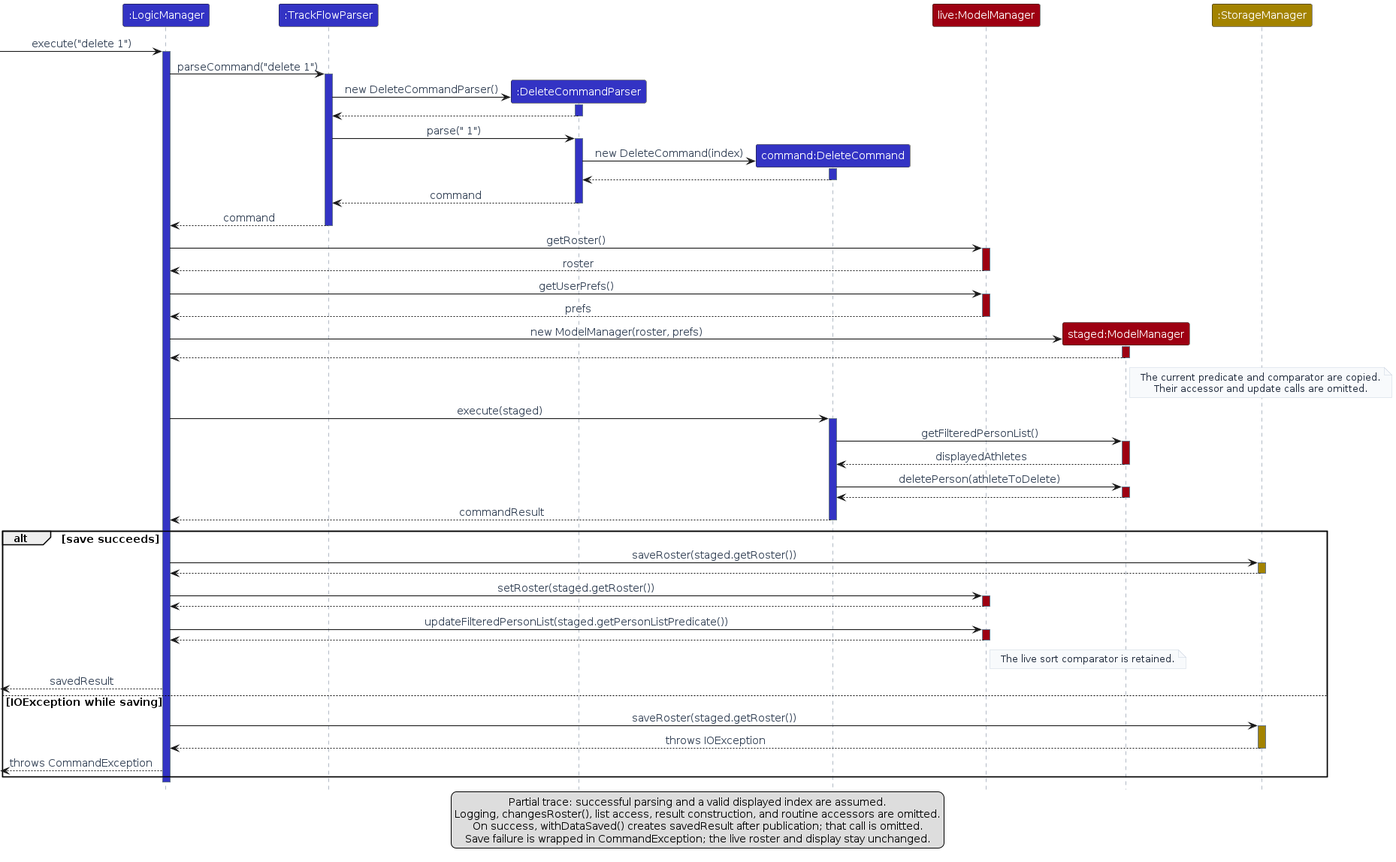
The PlantUML diagram diagrams/DeleteSequenceDiagram.png in AY2627S1-CS2103T-T17-2/tp, before a commit. Its source is kept beside it as diagrams/DeleteSequenceDiagram.puml. Its diagram source:
```plantuml
@startuml
!include style.puml
skinparam ArrowFontStyle plain
participant ":LogicManager" as logic LOGIC_COLOR
participant ":TrackFlowParser" as parser LOGIC_COLOR
participant ":DeleteCommandParser" as deleteParser LOGIC_COLOR
participant "command:DeleteCommand" as command LOGIC_COLOR
participant "live:ModelManager" as live MODEL_COLOR
participant "staged:ModelManager" as staged MODEL_COLOR
participant ":StorageManager" as storage STORAGE_COLOR
[-> logic : execute("delete 1")
activate logic LOGIC_COLOR
logic -> parser : parseCommand("delete 1")
activate parser LOGIC_COLOR
create deleteParser
parser -> deleteParser : new DeleteCommandParser()
activate deleteParser LOGIC_COLOR
deleteParser --> parser
deactivate deleteParser
parser -> deleteParser : parse(" 1")
activate deleteParser LOGIC_COLOR
create command
deleteParser -> command : new DeleteCommand(index)
activate command LOGIC_COLOR
command --> deleteParser
deactivate command
deleteParser --> parser : command
deactivate deleteParser
parser --> logic : command
deactivate parser
logic -> live : getRoster()
activate live MODEL_COLOR
live --> logic : roster
deactivate live
logic -> live : getUserPrefs()
activate live MODEL_COLOR
live --> logic : prefs
deactivate live
create staged
logic -> staged : new ModelManager(roster, prefs)
activate staged MODEL_COLOR
staged --> logic
deactivate staged
note right of staged
  The current predicate and comparator are copied.
  Their accessor and update calls are omitted.
end note
logic -> command : execute(staged)
activate command LOGIC_COLOR
command -> staged : getFilteredPersonList()
activate staged MODEL_COLOR
staged --> command : displayedAthletes
deactivate staged
command -> staged : deletePerson(athleteToDelete)
activate staged MODEL_COLOR
staged --> command
deactivate staged
command --> logic : commandResult
deactivate command
alt save succeeds
    logic -> storage : saveRoster(staged.getRoster())
    activate storage STORAGE_COLOR
    storage --> logic
    deactivate storage
    logic -> live : setRoster(staged.getRoster())
    activate live MODEL_COLOR
    live --> logic
    deactivate live
    logic -> live : updateFilteredPersonList(staged.getPersonListPredicate())
    activate live MODEL_COLOR
    live --> logic
    deactivate live
    note right of live: The live sort comparator is retained.
    [<-- logic : savedResult
else IOException while saving
    logic -> storage : saveRoster(staged.getRoster())
    activate storage STORAGE_COLOR
    storage --> logic : throws IOException
    deactivate storage
    [<-- logic : throws CommandException
end
deactivate logic
legend bottom
  Partial trace: successful parsing and a valid displayed index are assumed.
  Logging, changesRoster(), list access, result construction, and routine accessors are omitted.
  On success, withDataSaved() creates savedResult after publication; that call is omitted.
  Save failure is wrapped in CommandException; the live roster and display stay unchanged.
endlegend
@enduml
```
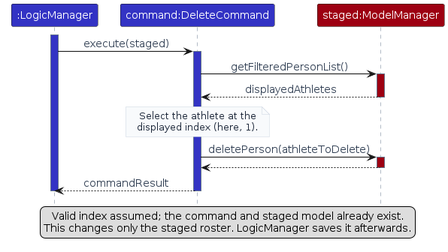
Above is the later version.

The edit, as a diff of the source:
```diff
@@ -1,89 +1,35 @@
 @startuml
 !include style.puml
 skinparam ArrowFontStyle plain
+skinparam maxMessageSize 180
+
 participant ":LogicManager" as logic LOGIC_COLOR
-participant ":TrackFlowParser" as parser LOGIC_COLOR
-participant ":DeleteCommandParser" as deleteParser LOGIC_COLOR
 participant "command:DeleteCommand" as command LOGIC_COLOR
-participant "live:ModelManager" as live MODEL_COLOR
 participant "staged:ModelManager" as staged MODEL_COLOR
-participant ":StorageManager" as storage STORAGE_COLOR
-[-> logic : execute("delete 1")
+
 activate logic LOGIC_COLOR
-logic -> parser : parseCommand("delete 1")
-activate parser LOGIC_COLOR
-create deleteParser
-parser -> deleteParser : new DeleteCommandParser()
-activate deleteParser LOGIC_COLOR
-deleteParser --> parser
-deactivate deleteParser
-parser -> deleteParser : parse(" 1")
-activate deleteParser LOGIC_COLOR
-create command
-deleteParser -> command : new DeleteCommand(index)
-activate command LOGIC_COLOR
-command --> deleteParser
-deactivate command
-deleteParser --> parser : command
-deactivate deleteParser
-parser --> logic : command
-deactivate parser
-logic -> live : getRoster()
-activate live MODEL_COLOR
-live --> logic : roster
-deactivate live
-logic -> live : getUserPrefs()
-activate live MODEL_COLOR
-live --> logic : prefs
-deactivate live
-create staged
-logic -> staged : new ModelManager(roster, prefs)
-activate staged MODEL_COLOR
-staged --> logic
-deactivate staged
-note right of staged
-  The current predicate and comparator are copied.
-  Their accessor and update calls are omitted.
-end note
 logic -> command : execute(staged)
 activate command LOGIC_COLOR
 command -> staged : getFilteredPersonList()
 activate staged MODEL_COLOR
 staged --> command : displayedAthletes
 deactivate staged
+
+note over command
+  Select the athlete at the
+  displayed index (here, 1).
+end note
+
 command -> staged : deletePerson(athleteToDelete)
 activate staged MODEL_COLOR
 staged --> command
 deactivate staged
 command --> logic : commandResult
 deactivate command
-alt save succeeds
-    logic -> storage : saveRoster(staged.getRoster())
-    activate storage STORAGE_COLOR
-    storage --> logic
-    deactivate storage
-    logic -> live : setRoster(staged.getRoster())
-    activate live MODEL_COLOR
-    live --> logic
-    deactivate live
-    logic -> live : updateFilteredPersonList(staged.getPersonListPredicate())
-    activate live MODEL_COLOR
-    live --> logic
-    deactivate live
-    note right of live: The live sort comparator is retained.
-    [<-- logic : savedResult
-else IOException while saving
-    logic -> storage : saveRoster(staged.getRoster())
-    activate storage STORAGE_COLOR
-    storage --> logic : throws IOException
-    deactivate storage
-    [<-- logic : throws CommandException
-end
 deactivate logic
+
 legend bottom
-  Partial trace: successful parsing and a valid displayed index are assumed.
-  Logging, changesRoster(), list access, result construction, and routine accessors are omitted.
-  On success, withDataSaved() creates savedResult after publication; that call is omitted.
-  Save failure is wrapped in CommandException; the live roster and display stay unchanged.
+  Valid index assumed; the command and staged model already exist.
+  This changes only the staged roster. LogicManager saves it afterwards.
 endlegend
 @enduml
```
